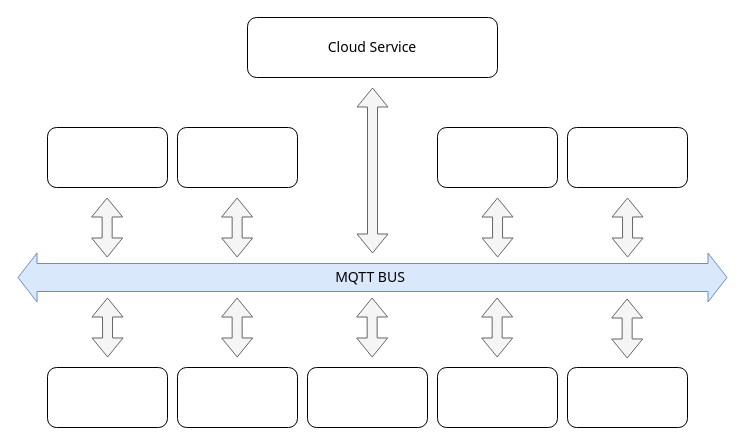
The draw.io diagram services.drawio in cvetaevvitaliy/ADC, before the edit. Source tidied: cells renumbered, new cells numbered last; positions are measured from the earlier drawing's top-left corner, leaving out a move shared by most shapes. Both pictures are drawn from the tidied source at 100%, with x=0, y=0 at pixel (17, 17).
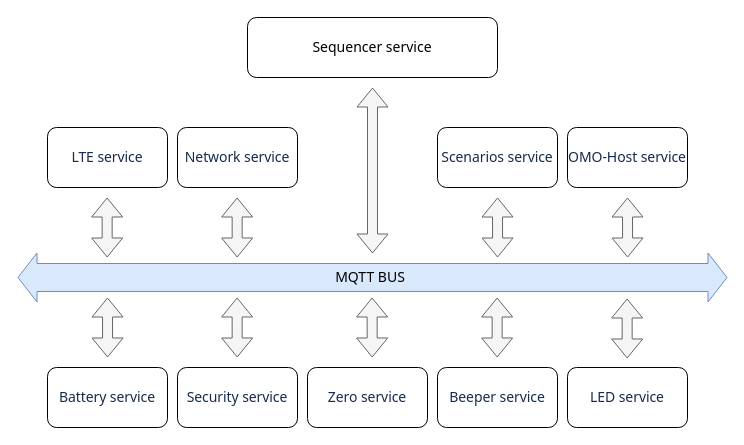
The same page after the edit.

The edit, as a diff of the source:
```diff
@@
-    <mxCell id="4" style="rounded=1;whiteSpace=wrap;html=1;fontFamily=Tahoma;fontSize=14;" parent="1" vertex="1">
+    <mxCell id="4" value="&lt;span style=&quot;color: rgb(23 , 43 , 77) ; letter-spacing: -0.08px ; text-align: left ; background-color: rgb(255 , 255 , 255)&quot;&gt;&lt;font style=&quot;font-size: 14px&quot;&gt;LTE service&lt;/font&gt;&lt;/span&gt;" style="rounded=1;whiteSpace=wrap;html=1;fontFamily=Tahoma;fontSize=14;" parent="1" vertex="1">
       <mxGeometry x="30" y="110" width="120" height="60" as="geometry" />
     </mxCell>
-    <mxCell id="5" style="rounded=1;whiteSpace=wrap;html=1;fontFamily=Tahoma;fontSize=14;" parent="1" vertex="1">
+    <mxCell id="5" value="&lt;span style=&quot;color: rgb(23 , 43 , 77) ; letter-spacing: -0.08px ; text-align: left ; background-color: rgb(255 , 255 , 255)&quot;&gt;&lt;font style=&quot;font-size: 14px&quot;&gt;Network service&lt;/font&gt;&lt;/span&gt;" style="rounded=1;whiteSpace=wrap;html=1;fontFamily=Tahoma;fontSize=14;" parent="1" vertex="1">
       <mxGeometry x="160" y="110" width="120" height="60" as="geometry" />
     </mxCell>
-    <mxCell id="6" value="Cloud Service" style="rounded=1;whiteSpace=wrap;html=1;fontFamily=Tahoma;fontSize=14;" parent="1" vertex="1">
+    <mxCell id="6" value="Sequencer service" style="rounded=1;whiteSpace=wrap;html=1;fontFamily=Tahoma;fontSize=14;" parent="1" vertex="1">
       <mxGeometry x="230" width="250" height="60" as="geometry" />
     </mxCell>
-    <mxCell id="7" style="rounded=1;whiteSpace=wrap;html=1;fontFamily=Tahoma;fontSize=14;" parent="1" vertex="1">
+    <mxCell id="7" value="&lt;span style=&quot;color: rgb(23 , 43 , 77) ; font-family: , , &amp;#34;segoe ui&amp;#34; , &amp;#34;roboto&amp;#34; , &amp;#34;noto sans&amp;#34; , &amp;#34;ubuntu&amp;#34; , &amp;#34;droid sans&amp;#34; , &amp;#34;helvetica neue&amp;#34; , sans-serif ; letter-spacing: -0.08px ; text-align: left ; background-color: rgb(255 , 255 , 255)&quot;&gt;Scenarios service&lt;/span&gt;" style="rounded=1;whiteSpace=wrap;html=1;fontFamily=Tahoma;fontSize=14;" parent="1" vertex="1">
       <mxGeometry x="420" y="110" width="120" height="60" as="geometry" />
     </mxCell>
-    <mxCell id="8" style="rounded=1;whiteSpace=wrap;html=1;fontFamily=Tahoma;fontSize=14;" parent="1" vertex="1">
+    <mxCell id="8" value="&lt;span style=&quot;color: rgb(23 , 43 , 77) ; letter-spacing: -0.08px ; text-align: left ; background-color: rgb(255 , 255 , 255)&quot;&gt;&lt;font style=&quot;font-size: 14px&quot;&gt;Battery service&lt;/font&gt;&lt;/span&gt;" style="rounded=1;whiteSpace=wrap;html=1;fontFamily=Tahoma;fontSize=14;" parent="1" vertex="1">
       <mxGeometry x="30" y="350" width="120" height="60" as="geometry" />
     </mxCell>
-    <mxCell id="9" style="rounded=1;whiteSpace=wrap;html=1;fontFamily=Tahoma;fontSize=14;" parent="1" vertex="1">
+    <mxCell id="9" value="&lt;span style=&quot;color: rgb(23 , 43 , 77) ; font-family: , , &amp;#34;segoe ui&amp;#34; , &amp;#34;roboto&amp;#34; , &amp;#34;noto sans&amp;#34; , &amp;#34;ubuntu&amp;#34; , &amp;#34;droid sans&amp;#34; , &amp;#34;helvetica neue&amp;#34; , sans-serif ; letter-spacing: -0.08px ; text-align: left ; background-color: rgb(255 , 255 , 255)&quot;&gt;Security service&lt;/span&gt;" style="rounded=1;whiteSpace=wrap;html=1;fontFamily=Tahoma;fontSize=14;" parent="1" vertex="1">
       <mxGeometry x="160" y="350" width="120" height="60" as="geometry" />
     </mxCell>
-    <mxCell id="10" style="rounded=1;whiteSpace=wrap;html=1;fontFamily=Tahoma;fontSize=14;" parent="1" vertex="1">
+    <mxCell id="10" value="&lt;span style=&quot;color: rgb(23 , 43 , 77) ; font-family: , , &amp;#34;segoe ui&amp;#34; , &amp;#34;roboto&amp;#34; , &amp;#34;noto sans&amp;#34; , &amp;#34;ubuntu&amp;#34; , &amp;#34;droid sans&amp;#34; , &amp;#34;helvetica neue&amp;#34; , sans-serif ; letter-spacing: -0.08px ; text-align: left ; background-color: rgb(255 , 255 , 255)&quot;&gt;OMO-Host service&lt;/span&gt;" style="rounded=1;whiteSpace=wrap;html=1;fontFamily=Tahoma;fontSize=14;" parent="1" vertex="1">
       <mxGeometry x="550" y="110" width="120" height="60" as="geometry" />
     </mxCell>
-    <mxCell id="11" style="rounded=1;whiteSpace=wrap;html=1;fontFamily=Tahoma;fontSize=14;" parent="1" vertex="1">
+    <mxCell id="11" value="&lt;span style=&quot;color: rgb(23 , 43 , 77) ; font-family: , , &amp;#34;segoe ui&amp;#34; , &amp;#34;roboto&amp;#34; , &amp;#34;noto sans&amp;#34; , &amp;#34;ubuntu&amp;#34; , &amp;#34;droid sans&amp;#34; , &amp;#34;helvetica neue&amp;#34; , sans-serif ; letter-spacing: -0.08px ; text-align: left ; background-color: rgb(255 , 255 , 255)&quot;&gt;Zero service&lt;/span&gt;" style="rounded=1;whiteSpace=wrap;html=1;fontFamily=Tahoma;fontSize=14;" parent="1" vertex="1">
       <mxGeometry x="290" y="350" width="120" height="60" as="geometry" />
     </mxCell>
-    <mxCell id="12" style="rounded=1;whiteSpace=wrap;html=1;fontFamily=Tahoma;fontSize=14;" parent="1" vertex="1">
+    <mxCell id="12" value="&lt;span style=&quot;color: rgb(23 , 43 , 77) ; font-family: , , &amp;#34;segoe ui&amp;#34; , &amp;#34;roboto&amp;#34; , &amp;#34;noto sans&amp;#34; , &amp;#34;ubuntu&amp;#34; , &amp;#34;droid sans&amp;#34; , &amp;#34;helvetica neue&amp;#34; , sans-serif ; letter-spacing: -0.08px ; text-align: left ; background-color: rgb(255 , 255 , 255)&quot;&gt;Beeper service&lt;/span&gt;" style="rounded=1;whiteSpace=wrap;html=1;fontFamily=Tahoma;fontSize=14;" parent="1" vertex="1">
       <mxGeometry x="420" y="350" width="120" height="60" as="geometry" />
     </mxCell>
-    <mxCell id="13" style="rounded=1;whiteSpace=wrap;html=1;fontFamily=Tahoma;fontSize=14;" parent="1" vertex="1">
+    <mxCell id="13" value="&lt;span style=&quot;color: rgb(23 , 43 , 77) ; font-family: , , &amp;#34;segoe ui&amp;#34; , &amp;#34;roboto&amp;#34; , &amp;#34;noto sans&amp;#34; , &amp;#34;ubuntu&amp;#34; , &amp;#34;droid sans&amp;#34; , &amp;#34;helvetica neue&amp;#34; , sans-serif ; letter-spacing: -0.08px ; text-align: left ; background-color: rgb(255 , 255 , 255)&quot;&gt;LED service &lt;/span&gt;" style="rounded=1;whiteSpace=wrap;html=1;fontFamily=Tahoma;fontSize=14;" parent="1" vertex="1">
       <mxGeometry x="550" y="350" width="120" height="60" as="geometry" />
     </mxCell>
```
